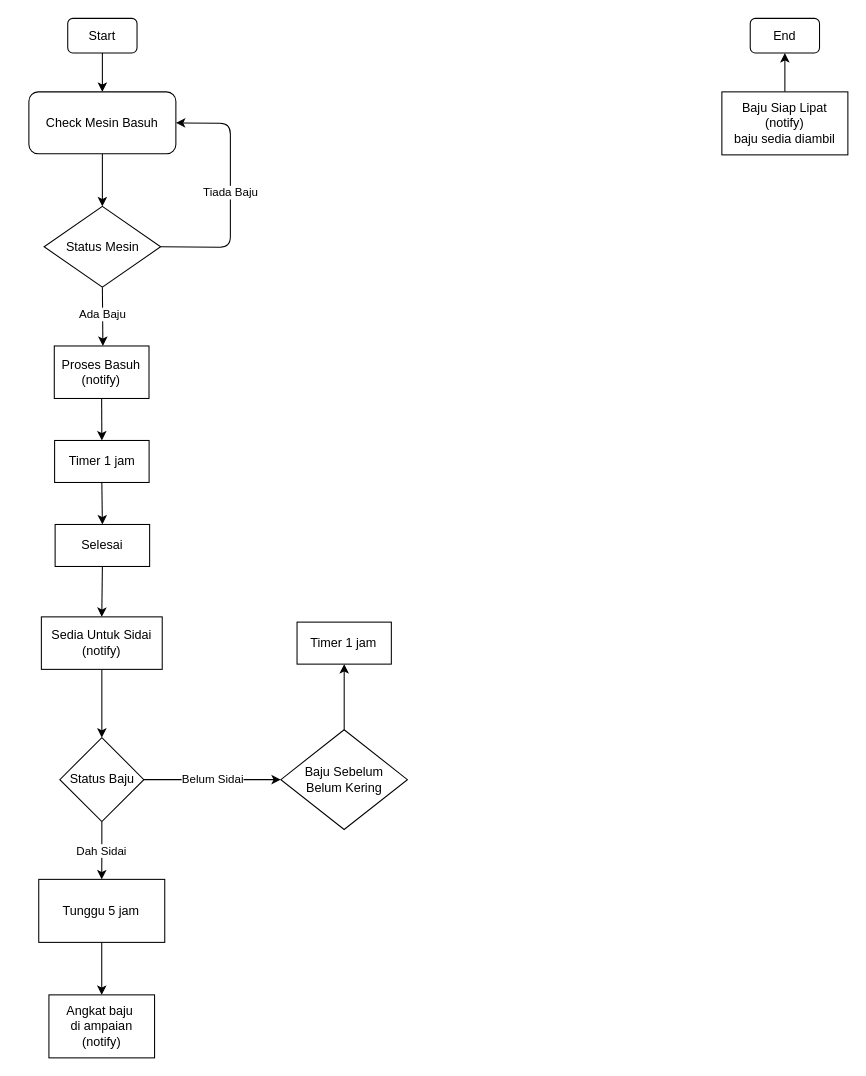
Above: flowchartpart1.drawio in hafizzuhari/laundrystatusnotifier-in-malay (draw.io), before the change. Source tidied: cells renumbered, new cells numbered last; positions are measured from the earlier drawing's top-left corner, leaving out a move shared by most shapes. Both pictures are drawn from the tidied source at 105%, with x=0, y=0 at pixel (28, 18).
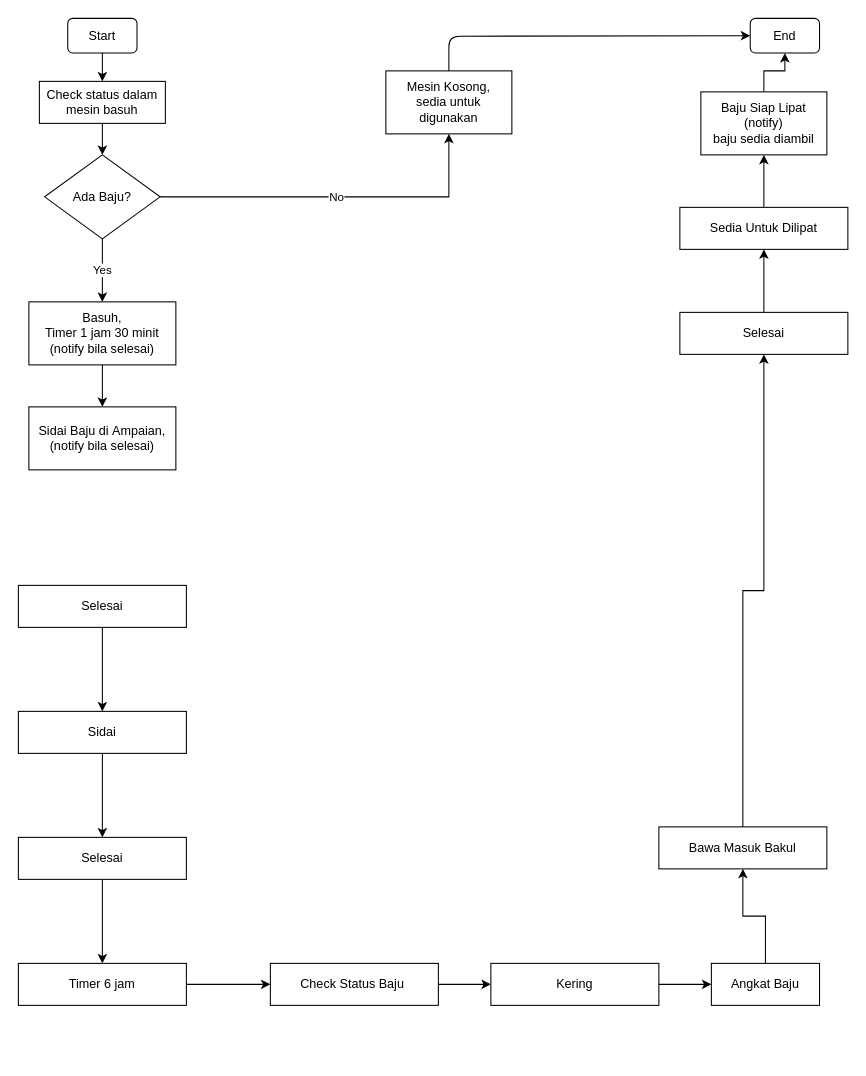
After the change.

Unchanged cells that the change refers to:
```xml
<mxCell id="14" value="Start" style="rounded=1;whiteSpace=wrap;html=1;" parent="1" vertex="1">
  <mxGeometry x="37" width="66" height="33" as="geometry" />
</mxCell>
<mxCell id="26" value="End" style="rounded=1;whiteSpace=wrap;html=1;" parent="1" vertex="1">
  <mxGeometry x="687" width="66" height="33" as="geometry" />
</mxCell>
```

What changed in the source:
```diff
@@
-    <mxCell id="2" value="Status Mesin" style="rhombus;whiteSpace=wrap;html=1;strokeWidth=1;" parent="1" vertex="1">
-      <mxGeometry x="14.5" y="179" width="111" height="77" as="geometry" />
-    </mxCell>
-    <mxCell id="3" value="Tiada Baju" style="endArrow=classic;html=1;exitX=1;exitY=0.5;exitDx=0;exitDy=0;entryX=1;entryY=0.5;entryDx=0;entryDy=0;" parent="1" edge="1" source="2" target="16">
-      <mxGeometry relative="1" as="geometry">
-        <Array as="points">
-          <mxPoint x="191.9" y="218" />
-          <mxPoint x="191.9" y="100" />
-        </Array>
-      </mxGeometry>
-    </mxCell>
-    <mxCell id="4" value="Ada Baju" style="endArrow=classic;html=1;exitX=0.5;exitY=1;exitDx=0;exitDy=0;" parent="1" edge="1" source="2">
-      <mxGeometry x="-0.07" relative="1" as="geometry">
-        <mxPoint x="70.5" y="312" as="targetPoint" />
-      </mxGeometry>
-    </mxCell>
-    <mxCell id="5" value="Proses Basuh&lt;br&gt;(notify)" style="rounded=0;whiteSpace=wrap;html=1;strokeWidth=1;" parent="1" vertex="1">
-      <mxGeometry x="24.2" y="312" width="90.2" height="50" as="geometry" />
-    </mxCell>
-    <mxCell id="6" value="Timer 1 jam" style="rounded=0;whiteSpace=wrap;html=1;strokeWidth=1;" parent="1" vertex="1">
-      <mxGeometry x="24.5" y="402" width="90" height="40" as="geometry" />
-    </mxCell>
-    <mxCell id="7" value="Selesai" style="rounded=0;whiteSpace=wrap;html=1;strokeWidth=1;" parent="1" vertex="1">
-      <mxGeometry x="25" y="482" width="90" height="40" as="geometry" />
-    </mxCell>
-    <mxCell id="8" style="edgeStyle=orthogonalEdgeStyle;rounded=0;jettySize=auto;html=1;" parent="1" edge="1" source="9" target="19">
-      <mxGeometry relative="1" as="geometry" />
-    </mxCell>
-    <mxCell id="9" value="Sedia Untuk Sidai&lt;br&gt;(notify)" style="rounded=0;whiteSpace=wrap;html=1;strokeWidth=1;" parent="1" vertex="1">
-      <mxGeometry x="11.9" y="570" width="115.1" height="50" as="geometry" />
-    </mxCell>
-    <mxCell id="10" style="endArrow=classic;html=1;exitX=0.5;exitY=1;exitDx=0;exitDy=0;entryX=0.5;entryY=0;entryDx=0;entryDy=0;" parent="1" edge="1" source="5" target="6">
-      <mxGeometry relative="1" as="geometry" />
-    </mxCell>
-    <mxCell id="11" style="endArrow=classic;html=1;exitX=0.5;exitY=1;exitDx=0;exitDy=0;entryX=0.5;entryY=0;entryDx=0;entryDy=0;" parent="1" edge="1" source="6" target="7">
-      <mxGeometry relative="1" as="geometry" />
-    </mxCell>
-    <mxCell id="12" style="endArrow=classic;html=1;exitX=0.5;exitY=1;exitDx=0;exitDy=0;entryX=0.5;entryY=0;entryDx=0;entryDy=0;" parent="1" edge="1" source="7" target="9">
-      <mxGeometry relative="1" as="geometry" />
-    </mxCell>
-    <mxCell id="13" style="edgeStyle=orthogonalEdgeStyle;rounded=0;jettySize=auto;html=1;" parent="1" edge="1" source="14" target="16">
-      <mxGeometry relative="1" as="geometry" />
-    </mxCell>
+    <mxCell id="29" style="edgeStyle=orthogonalEdgeStyle;rounded=0;jettySize=auto;html=1;" parent="1" edge="1" source="14" target="31">
+      <mxGeometry relative="1" as="geometry" />
+    </mxCell>
@@
-    <mxCell id="15" style="edgeStyle=orthogonalEdgeStyle;rounded=0;jettySize=auto;html=1;" parent="1" edge="1" source="16" target="2">
-      <mxGeometry relative="1" as="geometry" />
-    </mxCell>
-    <mxCell id="16" value="Check Mesin Basuh" style="whiteSpace=wrap;html=1;rounded=1;" parent="1" vertex="1">
-      <mxGeometry y="70" width="140" height="59" as="geometry" />
-    </mxCell>
-    <mxCell id="17" value="Dah Sidai" style="edgeStyle=orthogonalEdgeStyle;rounded=0;jettySize=auto;html=1;" parent="1" edge="1" source="19" target="21">
-      <mxGeometry relative="1" as="geometry" />
-    </mxCell>
-    <mxCell id="18" value="Belum Sidai" style="edgeStyle=orthogonalEdgeStyle;rounded=0;jettySize=auto;html=1;" parent="1" edge="1" source="19" target="23">
-      <mxGeometry relative="1" as="geometry" />
-    </mxCell>
-    <mxCell id="19" value="Status Baju" style="rhombus;whiteSpace=wrap;html=1;rounded=0;strokeWidth=1;" parent="1" vertex="1">
-      <mxGeometry x="29.5" y="685" width="80" height="80" as="geometry" />
-    </mxCell>
-    <mxCell id="20" style="edgeStyle=orthogonalEdgeStyle;rounded=0;jettySize=auto;html=1;" parent="1" edge="1" source="21" target="25">
-      <mxGeometry relative="1" as="geometry" />
-    </mxCell>
-    <mxCell id="21" value="Tunggu 5 jam" style="whiteSpace=wrap;html=1;rounded=0;strokeWidth=1;" parent="1" vertex="1">
-      <mxGeometry x="9.4" y="820" width="120" height="60" as="geometry" />
-    </mxCell>
-    <mxCell id="22" style="edgeStyle=orthogonalEdgeStyle;rounded=0;jettySize=auto;html=1;" parent="1" edge="1" source="23" target="24">
-      <mxGeometry relative="1" as="geometry" />
-    </mxCell>
-    <mxCell id="23" value="Baju Sebelum &lt;br&gt;Belum Kering" style="rhombus;whiteSpace=wrap;html=1;rounded=0;strokeWidth=1;" parent="1" vertex="1">
-      <mxGeometry x="240" y="677.5" width="120.5" height="95" as="geometry" />
-    </mxCell>
-    <mxCell id="24" value="Timer 1 jam" style="whiteSpace=wrap;html=1;rounded=0;strokeWidth=1;" parent="1" vertex="1">
-      <mxGeometry x="255.4" y="575" width="89.8" height="40" as="geometry" />
-    </mxCell>
-    <mxCell id="25" value="Angkat baju&amp;nbsp;&lt;br&gt;di ampaian&lt;br&gt;(notify)" style="whiteSpace=wrap;html=1;rounded=0;strokeWidth=1;" parent="1" vertex="1">
-      <mxGeometry x="19.1" y="930" width="100.6" height="60" as="geometry" />
-    </mxCell>
@@
     <mxCell id="28" value="Baju Siap Lipat&lt;br&gt;(notify)&lt;br&gt;baju sedia diambil" style="rounded=0;whiteSpace=wrap;html=1;strokeWidth=1;" parent="1" vertex="1">
-      <mxGeometry x="660" y="70" width="120" height="60" as="geometry" />
+      <mxGeometry x="640" y="70" width="120" height="60" as="geometry" />
     </mxCell>
+    <mxCell id="30" style="edgeStyle=orthogonalEdgeStyle;rounded=0;jettySize=auto;html=1;" parent="1" edge="1" source="31" target="56">
+      <mxGeometry relative="1" as="geometry" />
+    </mxCell>
+    <mxCell id="31" value="Check status dalam mesin basuh" style="rounded=0;whiteSpace=wrap;html=1;strokeWidth=1;" parent="1" vertex="1">
+      <mxGeometry x="10" y="60" width="120" height="40" as="geometry" />
+    </mxCell>
+    <mxCell id="32" style="edgeStyle=orthogonalEdgeStyle;rounded=0;jettySize=auto;html=1;entryX=0.5;entryY=0;entryDx=0;entryDy=0;" parent="1" edge="1" source="33" target="59">
+      <mxGeometry relative="1" as="geometry" />
+    </mxCell>
+    <mxCell id="33" value="Basuh,&lt;br&gt;Timer 1 jam 30 minit&lt;br&gt;(notify bila selesai)" style="rounded=0;whiteSpace=wrap;html=1;strokeWidth=1;" parent="1" vertex="1">
+      <mxGeometry y="270" width="140" height="60" as="geometry" />
+    </mxCell>
+    <mxCell id="34" style="edgeStyle=orthogonalEdgeStyle;rounded=0;jettySize=auto;html=1;" parent="1" edge="1" source="35" target="37">
+      <mxGeometry relative="1" as="geometry" />
+    </mxCell>
+    <mxCell id="35" value="Selesai" style="rounded=0;whiteSpace=wrap;html=1;strokeWidth=1;" parent="1" vertex="1">
+      <mxGeometry x="-10" y="540" width="160" height="40" as="geometry" />
+    </mxCell>
+    <mxCell id="36" style="edgeStyle=orthogonalEdgeStyle;rounded=0;jettySize=auto;html=1;" parent="1" edge="1" source="37" target="39">
+      <mxGeometry relative="1" as="geometry" />
+    </mxCell>
+    <mxCell id="37" value="Sidai" style="rounded=0;whiteSpace=wrap;html=1;strokeWidth=1;" parent="1" vertex="1">
+      <mxGeometry x="-10" y="660" width="160" height="40" as="geometry" />
+    </mxCell>
+    <mxCell id="38" style="edgeStyle=orthogonalEdgeStyle;rounded=0;jettySize=auto;html=1;" parent="1" edge="1" source="39" target="41">
+      <mxGeometry relative="1" as="geometry" />
+    </mxCell>
+    <mxCell id="39" value="Selesai" style="rounded=0;whiteSpace=wrap;html=1;strokeWidth=1;" parent="1" vertex="1">
+      <mxGeometry x="-10" y="780" width="160" height="40" as="geometry" />
+    </mxCell>
+    <mxCell id="40" style="edgeStyle=orthogonalEdgeStyle;rounded=0;jettySize=auto;html=1;" parent="1" edge="1" source="41" target="43">
+      <mxGeometry relative="1" as="geometry" />
+    </mxCell>
+    <mxCell id="41" value="Timer 6 jam" style="rounded=0;whiteSpace=wrap;html=1;strokeWidth=1;" parent="1" vertex="1">
+      <mxGeometry x="-10" y="900" width="160" height="40" as="geometry" />
+    </mxCell>
+    <mxCell id="42" style="edgeStyle=orthogonalEdgeStyle;rounded=0;jettySize=auto;html=1;" parent="1" edge="1" source="43" target="45">
+      <mxGeometry relative="1" as="geometry" />
+    </mxCell>
+    <mxCell id="43" value="Check Status Baju&amp;nbsp;" style="rounded=0;whiteSpace=wrap;html=1;strokeWidth=1;" parent="1" vertex="1">
+      <mxGeometry x="230" y="900" width="160" height="40" as="geometry" />
+    </mxCell>
+    <mxCell id="44" style="edgeStyle=orthogonalEdgeStyle;rounded=0;jettySize=auto;html=1;" parent="1" edge="1" source="45" target="47">
+      <mxGeometry relative="1" as="geometry" />
+    </mxCell>
+    <mxCell id="45" value="Kering" style="rounded=0;whiteSpace=wrap;html=1;strokeWidth=1;" parent="1" vertex="1">
+      <mxGeometry x="440" y="900" width="160" height="40" as="geometry" />
+    </mxCell>
+    <mxCell id="46" style="edgeStyle=orthogonalEdgeStyle;rounded=0;jettySize=auto;html=1;" parent="1" edge="1" source="47" target="49">
+      <mxGeometry relative="1" as="geometry" />
+    </mxCell>
+    <mxCell id="47" value="Angkat Baju" style="rounded=0;whiteSpace=wrap;html=1;strokeWidth=1;" parent="1" vertex="1">
+      <mxGeometry x="650" y="900" width="103" height="40" as="geometry" />
+    </mxCell>
+    <mxCell id="48" style="edgeStyle=orthogonalEdgeStyle;rounded=0;jettySize=auto;html=1;" parent="1" edge="1" source="49" target="51">
+      <mxGeometry relative="1" as="geometry" />
+    </mxCell>
+    <mxCell id="49" value="Bawa Masuk Bakul" style="rounded=0;whiteSpace=wrap;html=1;strokeWidth=1;" parent="1" vertex="1">
+      <mxGeometry x="600" y="770" width="160" height="40" as="geometry" />
+    </mxCell>
+    <mxCell id="50" style="edgeStyle=orthogonalEdgeStyle;rounded=0;jettySize=auto;html=1;" parent="1" edge="1" source="51" target="53">
+      <mxGeometry relative="1" as="geometry" />
+    </mxCell>
+    <mxCell id="51" value="Selesai" style="rounded=0;whiteSpace=wrap;html=1;strokeWidth=1;" parent="1" vertex="1">
+      <mxGeometry x="620" y="280" width="160" height="40" as="geometry" />
+    </mxCell>
+    <mxCell id="52" style="edgeStyle=orthogonalEdgeStyle;rounded=0;jettySize=auto;html=1;" parent="1" edge="1" source="53" target="28">
+      <mxGeometry relative="1" as="geometry" />
+    </mxCell>
+    <mxCell id="53" value="Sedia Untuk Dilipat" style="rounded=0;whiteSpace=wrap;html=1;strokeWidth=1;" parent="1" vertex="1">
+      <mxGeometry x="620" y="180" width="160" height="40" as="geometry" />
+    </mxCell>
+    <mxCell id="54" value="No" style="edgeStyle=orthogonalEdgeStyle;rounded=0;jettySize=auto;html=1;" parent="1" edge="1" source="56" target="57">
+      <mxGeometry relative="1" as="geometry" />
+    </mxCell>
+    <mxCell id="55" value="Yes" style="edgeStyle=none;rounded=0;jettySize=auto;html=1;" parent="1" edge="1" source="56" target="33">
+      <mxGeometry relative="1" as="geometry" />
+    </mxCell>
+    <mxCell id="56" value="Ada Baju?" style="rhombus;whiteSpace=wrap;html=1;rounded=0;strokeWidth=1;" parent="1" vertex="1">
+      <mxGeometry x="15" y="130" width="110" height="80" as="geometry" />
+    </mxCell>
+    <mxCell id="57" value="Mesin Kosong,&lt;br&gt;sedia untuk digunakan" style="whiteSpace=wrap;html=1;rounded=0;strokeWidth=1;" parent="1" vertex="1">
+      <mxGeometry x="340" y="50" width="120" height="60" as="geometry" />
+    </mxCell>
+    <mxCell id="58" style="endArrow=classic;html=1;exitX=0.5;exitY=0;exitDx=0;exitDy=0;entryX=0;entryY=0.5;entryDx=0;entryDy=0;" parent="1" edge="1" source="57" target="26">
+      <mxGeometry relative="1" as="geometry">
+        <Array as="points">
+          <mxPoint x="400" y="17" />
+        </Array>
+      </mxGeometry>
+    </mxCell>
+    <mxCell id="59" value="Sidai Baju di&amp;nbsp;Ampaian,&lt;br&gt;(notify bila selesai)" style="rounded=0;whiteSpace=wrap;html=1;strokeWidth=1;" parent="1" vertex="1">
+      <mxGeometry y="370" width="140" height="60" as="geometry" />
+    </mxCell>
```
